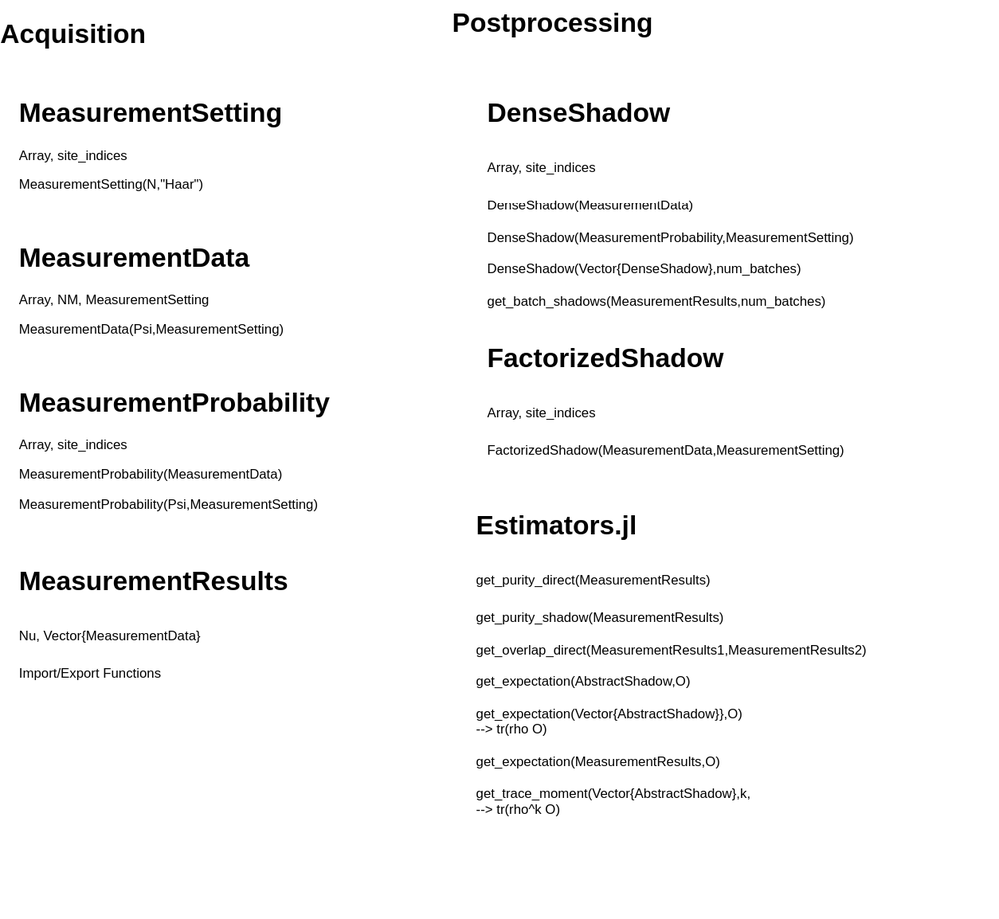
Before: StructureRandomMeas.drawio.svg, a diagram exported from draw.io (bvermersch/RandomMeas.jl). Source tidied: cells renumbered, new cells last; positions are measured from the earlier drawing's top-left corner, leaving out a move shared by most shapes.
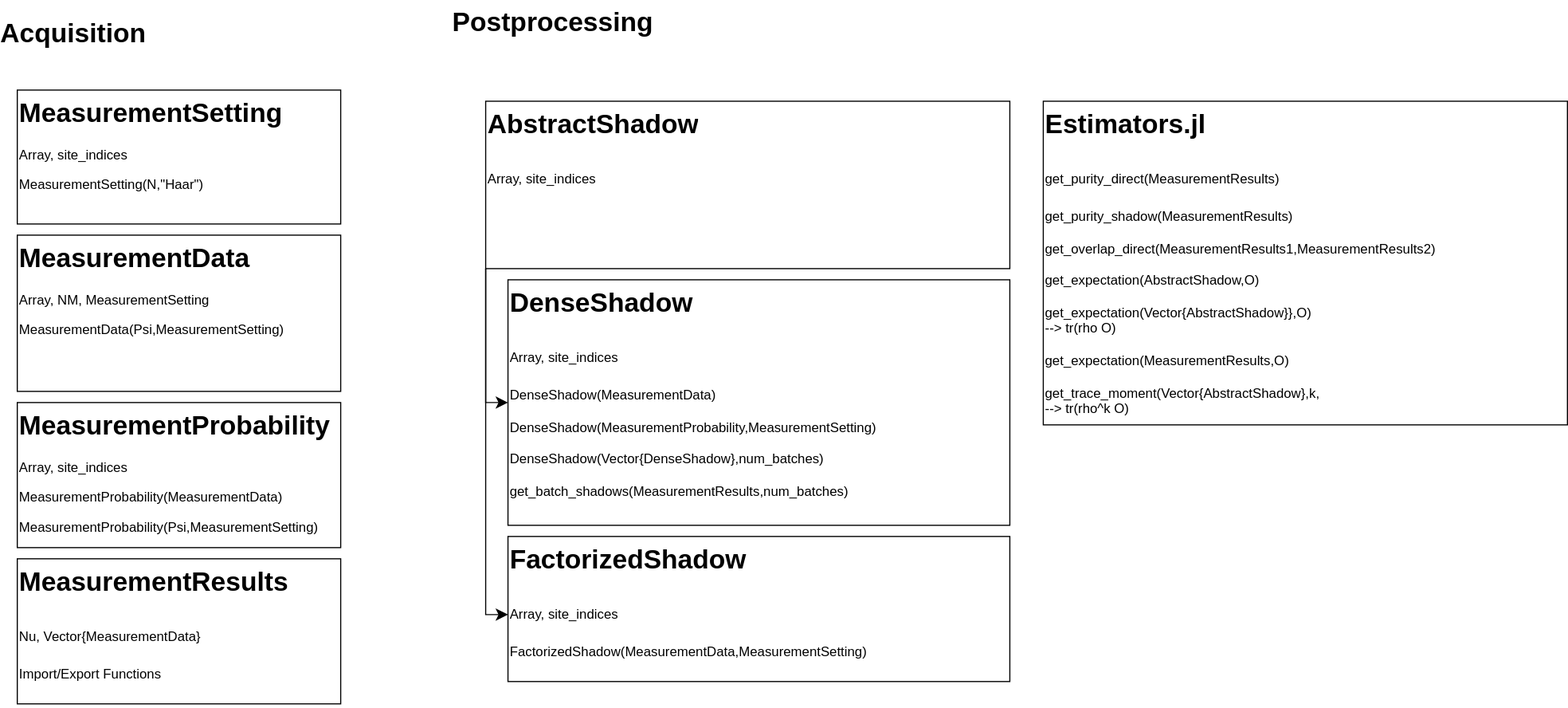
Later version of the same file.

The edit, as a diff of the source:
```diff
@@ -2,26 +2,26 @@
   <root>
     <mxCell id="0" />
     <mxCell id="1" parent="0" />
-    <mxCell id="2" value="&lt;h1 style=&quot;margin-top: 0px;&quot;&gt;MeasurementData&lt;/h1&gt;&lt;p&gt;Array, NM, MeasurementSetting&lt;/p&gt;&lt;p&gt;MeasurementData(Psi,MeasurementSetting)&lt;/p&gt;&lt;p&gt;&lt;br&gt;&lt;/p&gt;&lt;p&gt;&lt;br&gt;&lt;/p&gt;" style="text;html=1;whiteSpace=wrap;overflow=hidden;rounded=0;" parent="1" vertex="1">
-      <mxGeometry y="210" width="260" height="140" as="geometry" />
+    <mxCell id="2" value="&lt;h1 style=&quot;margin-top: 0px;&quot;&gt;MeasurementData&lt;/h1&gt;&lt;p&gt;Array, NM, MeasurementSetting&lt;/p&gt;&lt;p&gt;MeasurementData(Psi,MeasurementSetting)&lt;/p&gt;&lt;p&gt;&lt;br&gt;&lt;/p&gt;&lt;p&gt;&lt;br&gt;&lt;/p&gt;" style="text;html=1;whiteSpace=wrap;overflow=hidden;rounded=0;strokeColor=default;" parent="1" vertex="1">
+      <mxGeometry y="210" width="290" height="140" as="geometry" />
     </mxCell>
-    <mxCell id="3" value="&lt;h1 style=&quot;margin-top: 0px;&quot;&gt;MeasurementSetting&lt;/h1&gt;&lt;p&gt;Array, site_indices&lt;/p&gt;&lt;p&gt;MeasurementSetting(N,&quot;Haar&quot;)&lt;/p&gt;&lt;p&gt;&lt;br&gt;&lt;/p&gt;&lt;p&gt;&lt;br&gt;&lt;/p&gt;" style="text;html=1;whiteSpace=wrap;overflow=hidden;rounded=0;" parent="1" vertex="1">
-      <mxGeometry y="80" width="250" height="130" as="geometry" />
+    <mxCell id="3" value="&lt;h1 style=&quot;margin-top: 0px;&quot;&gt;MeasurementSetting&lt;/h1&gt;&lt;p&gt;Array, site_indices&lt;/p&gt;&lt;p&gt;MeasurementSetting(N,&quot;Haar&quot;)&lt;/p&gt;&lt;p&gt;&lt;br&gt;&lt;/p&gt;&lt;p&gt;&lt;br&gt;&lt;/p&gt;" style="text;html=1;whiteSpace=wrap;overflow=hidden;rounded=0;strokeColor=default;" parent="1" vertex="1">
+      <mxGeometry y="80" width="290" height="120" as="geometry" />
     </mxCell>
-    <mxCell id="4" value="&lt;h1 style=&quot;margin-top: 0px;&quot;&gt;MeasurementProbability&lt;/h1&gt;&lt;p&gt;Array, site_indices&lt;/p&gt;&lt;p&gt;MeasurementProbability(MeasurementData)&lt;/p&gt;&lt;p&gt;MeasurementProbability(Psi,MeasurementSetting)&lt;/p&gt;" style="text;html=1;whiteSpace=wrap;overflow=hidden;rounded=0;" parent="1" vertex="1">
-      <mxGeometry y="340" width="290" height="130" as="geometry" />
+    <mxCell id="4" value="&lt;h1 style=&quot;margin-top: 0px;&quot;&gt;MeasurementProbability&lt;/h1&gt;&lt;p&gt;Array, site_indices&lt;/p&gt;&lt;p&gt;MeasurementProbability(MeasurementData)&lt;/p&gt;&lt;p&gt;MeasurementProbability(Psi,MeasurementSetting)&lt;/p&gt;" style="text;html=1;whiteSpace=wrap;overflow=hidden;rounded=0;strokeColor=default;" parent="1" vertex="1">
+      <mxGeometry y="360" width="290" height="130" as="geometry" />
     </mxCell>
-    <mxCell id="5" value="&lt;h1 style=&quot;margin-top: 0px;&quot;&gt;&lt;span style=&quot;background-color: transparent; color: light-dark(rgb(0, 0, 0), rgb(255, 255, 255));&quot;&gt;DenseShadow&lt;/span&gt;&lt;/h1&gt;&lt;h1 style=&quot;margin-top: 0px;&quot;&gt;&lt;span style=&quot;background-color: transparent; color: light-dark(rgb(0, 0, 0), rgb(255, 255, 255)); font-size: 12px; font-weight: normal;&quot;&gt;Array, site_indices&lt;/span&gt;&lt;/h1&gt;&lt;div&gt;DenseShadow(MeasurementData)&lt;/div&gt;&lt;div&gt;&lt;br&gt;&lt;/div&gt;&lt;div&gt;DenseShadow(MeasurementProbability,MeasurementSetting)&lt;/div&gt;&lt;div&gt;&lt;br&gt;&lt;/div&gt;&lt;div&gt;DenseShadow(Vector{DenseShadow},num_batches)&lt;/div&gt;&lt;div&gt;&lt;br&gt;&lt;/div&gt;&lt;div&gt;get_batch_shadows(MeasurementResults,num_batches)&lt;/div&gt;&lt;div&gt;&lt;br&gt;&lt;/div&gt;" style="text;html=1;whiteSpace=wrap;overflow=hidden;rounded=0;" parent="1" vertex="1">
-      <mxGeometry x="420" y="80" width="350" height="220" as="geometry" />
+    <mxCell id="5" value="&lt;h1 style=&quot;margin-top: 0px;&quot;&gt;&lt;span style=&quot;background-color: transparent; color: light-dark(rgb(0, 0, 0), rgb(255, 255, 255));&quot;&gt;DenseShadow&lt;/span&gt;&lt;/h1&gt;&lt;h1 style=&quot;margin-top: 0px;&quot;&gt;&lt;span style=&quot;background-color: transparent; color: light-dark(rgb(0, 0, 0), rgb(255, 255, 255)); font-size: 12px; font-weight: normal;&quot;&gt;Array, site_indices&lt;/span&gt;&lt;/h1&gt;&lt;div&gt;DenseShadow(MeasurementData)&lt;/div&gt;&lt;div&gt;&lt;br&gt;&lt;/div&gt;&lt;div&gt;DenseShadow(MeasurementProbability,MeasurementSetting)&lt;/div&gt;&lt;div&gt;&lt;br&gt;&lt;/div&gt;&lt;div&gt;DenseShadow(Vector{DenseShadow},num_batches)&lt;/div&gt;&lt;div&gt;&lt;br&gt;&lt;/div&gt;&lt;div&gt;get_batch_shadows(MeasurementResults,num_batches)&lt;/div&gt;&lt;div&gt;&lt;br&gt;&lt;/div&gt;" style="text;html=1;whiteSpace=wrap;overflow=hidden;rounded=0;strokeColor=default;" parent="1" vertex="1">
+      <mxGeometry x="440" y="250" width="450" height="220" as="geometry" />
     </mxCell>
-    <mxCell id="6" value="&lt;h1 style=&quot;margin-top: 0px;&quot;&gt;&lt;span style=&quot;background-color: transparent; color: light-dark(rgb(0, 0, 0), rgb(255, 255, 255));&quot;&gt;FactorizedShadow&lt;/span&gt;&lt;/h1&gt;&lt;h1 style=&quot;margin-top: 0px;&quot;&gt;&lt;span style=&quot;background-color: transparent; color: light-dark(rgb(0, 0, 0), rgb(255, 255, 255)); font-size: 12px; font-weight: normal;&quot;&gt;Array, site_indices&lt;/span&gt;&lt;/h1&gt;&lt;div&gt;FactorizedShadow(MeasurementData,MeasurementSetting)&lt;/div&gt;&lt;div&gt;&lt;br&gt;&lt;/div&gt;&lt;div&gt;&lt;br&gt;&lt;/div&gt;" style="text;html=1;whiteSpace=wrap;overflow=hidden;rounded=0;" parent="1" vertex="1">
-      <mxGeometry x="420" y="300" width="380" height="160" as="geometry" />
+    <mxCell id="6" value="&lt;h1 style=&quot;margin-top: 0px;&quot;&gt;&lt;span style=&quot;background-color: transparent; color: light-dark(rgb(0, 0, 0), rgb(255, 255, 255));&quot;&gt;FactorizedShadow&lt;/span&gt;&lt;/h1&gt;&lt;h1 style=&quot;margin-top: 0px;&quot;&gt;&lt;span style=&quot;background-color: transparent; color: light-dark(rgb(0, 0, 0), rgb(255, 255, 255)); font-size: 12px; font-weight: normal;&quot;&gt;Array, site_indices&lt;/span&gt;&lt;/h1&gt;&lt;div&gt;FactorizedShadow(MeasurementData,MeasurementSetting)&lt;/div&gt;&lt;div&gt;&lt;br&gt;&lt;/div&gt;&lt;div&gt;&lt;br&gt;&lt;/div&gt;" style="text;html=1;whiteSpace=wrap;overflow=hidden;rounded=0;strokeColor=default;" parent="1" vertex="1">
+      <mxGeometry x="440" y="480" width="450" height="130" as="geometry" />
     </mxCell>
-    <mxCell id="7" value="&lt;h1 style=&quot;margin-top: 0px;&quot;&gt;&lt;span style=&quot;background-color: transparent; color: light-dark(rgb(0, 0, 0), rgb(255, 255, 255));&quot;&gt;Estimators.jl&lt;/span&gt;&lt;/h1&gt;&lt;h1 style=&quot;margin-top: 0px;&quot;&gt;&lt;span style=&quot;background-color: transparent; color: light-dark(rgb(0, 0, 0), rgb(255, 255, 255)); font-size: 12px; font-weight: normal;&quot;&gt;get_purity_direct(MeasurementResults)&lt;br&gt;&lt;/span&gt;&lt;/h1&gt;&lt;div&gt;get_purity_shadow(MeasurementResults)&lt;/div&gt;&lt;div&gt;&lt;br&gt;&lt;/div&gt;&lt;div&gt;&lt;span style=&quot;background-color: transparent; color: light-dark(rgb(0, 0, 0), rgb(255, 255, 255)); font-size: 12px; font-weight: normal;&quot;&gt;get_overlap_direct(MeasurementResults1,MeasurementResults2)&lt;/span&gt;&lt;/div&gt;&lt;div&gt;&lt;span style=&quot;background-color: transparent; color: light-dark(rgb(0, 0, 0), rgb(255, 255, 255)); font-size: 12px; font-weight: normal;&quot;&gt;&lt;br&gt;&lt;/span&gt;&lt;/div&gt;&lt;div&gt;&lt;div&gt;&lt;span style=&quot;background-color: transparent; color: light-dark(rgb(0, 0, 0), rgb(255, 255, 255));&quot;&gt;get_expectation(AbstractShadow,O)&lt;/span&gt;&lt;/div&gt;&lt;/div&gt;&lt;div&gt;&lt;br&gt;&lt;/div&gt;&lt;div&gt;&lt;div&gt;&lt;span style=&quot;background-color: transparent; color: light-dark(rgb(0, 0, 0), rgb(255, 255, 255));&quot;&gt;get_expectation(Vector{AbstractShadow}},O)&lt;/span&gt;&lt;/div&gt;&lt;/div&gt;&lt;div&gt;&lt;span style=&quot;background-color: transparent; color: light-dark(rgb(0, 0, 0), rgb(255, 255, 255));&quot;&gt;--&amp;gt; tr(rho O)&lt;/span&gt;&lt;/div&gt;&lt;div&gt;&lt;span style=&quot;background-color: transparent; color: light-dark(rgb(0, 0, 0), rgb(255, 255, 255));&quot;&gt;&lt;br&gt;&lt;/span&gt;&lt;/div&gt;&lt;div&gt;&lt;span style=&quot;background-color: transparent; color: light-dark(rgb(0, 0, 0), rgb(255, 255, 255));&quot;&gt;get_expectation(MeasurementResults,O)&lt;/span&gt;&lt;/div&gt;&lt;div&gt;&lt;br&gt;&lt;/div&gt;&lt;div&gt;get_trace_moment(Vector{AbstractShadow},k,&lt;/div&gt;&lt;div&gt;--&amp;gt; tr(rho^k O)&lt;/div&gt;&lt;div&gt;&lt;br&gt;&lt;/div&gt;&lt;div&gt;&lt;br&gt;&lt;/div&gt;&lt;div&gt;&lt;br&gt;&lt;/div&gt;" style="text;html=1;whiteSpace=wrap;overflow=hidden;rounded=0;" parent="1" vertex="1">
-      <mxGeometry x="410" y="450" width="470" height="370" as="geometry" />
+    <mxCell id="7" value="&lt;h1 style=&quot;margin-top: 0px;&quot;&gt;&lt;span style=&quot;background-color: transparent; color: light-dark(rgb(0, 0, 0), rgb(255, 255, 255));&quot;&gt;Estimators.jl&lt;/span&gt;&lt;/h1&gt;&lt;h1 style=&quot;margin-top: 0px;&quot;&gt;&lt;span style=&quot;background-color: transparent; color: light-dark(rgb(0, 0, 0), rgb(255, 255, 255)); font-size: 12px; font-weight: normal;&quot;&gt;get_purity_direct(MeasurementResults)&lt;br&gt;&lt;/span&gt;&lt;/h1&gt;&lt;div&gt;get_purity_shadow(MeasurementResults)&lt;/div&gt;&lt;div&gt;&lt;br&gt;&lt;/div&gt;&lt;div&gt;&lt;span style=&quot;background-color: transparent; color: light-dark(rgb(0, 0, 0), rgb(255, 255, 255)); font-size: 12px; font-weight: normal;&quot;&gt;get_overlap_direct(MeasurementResults1,MeasurementResults2)&lt;/span&gt;&lt;/div&gt;&lt;div&gt;&lt;span style=&quot;background-color: transparent; color: light-dark(rgb(0, 0, 0), rgb(255, 255, 255)); font-size: 12px; font-weight: normal;&quot;&gt;&lt;br&gt;&lt;/span&gt;&lt;/div&gt;&lt;div&gt;&lt;div&gt;&lt;span style=&quot;background-color: transparent; color: light-dark(rgb(0, 0, 0), rgb(255, 255, 255));&quot;&gt;get_expectation(AbstractShadow,O)&lt;/span&gt;&lt;/div&gt;&lt;/div&gt;&lt;div&gt;&lt;br&gt;&lt;/div&gt;&lt;div&gt;&lt;div&gt;&lt;span style=&quot;background-color: transparent; color: light-dark(rgb(0, 0, 0), rgb(255, 255, 255));&quot;&gt;get_expectation(Vector{AbstractShadow}},O)&lt;/span&gt;&lt;/div&gt;&lt;/div&gt;&lt;div&gt;&lt;span style=&quot;background-color: transparent; color: light-dark(rgb(0, 0, 0), rgb(255, 255, 255));&quot;&gt;--&amp;gt; tr(rho O)&lt;/span&gt;&lt;/div&gt;&lt;div&gt;&lt;span style=&quot;background-color: transparent; color: light-dark(rgb(0, 0, 0), rgb(255, 255, 255));&quot;&gt;&lt;br&gt;&lt;/span&gt;&lt;/div&gt;&lt;div&gt;&lt;span style=&quot;background-color: transparent; color: light-dark(rgb(0, 0, 0), rgb(255, 255, 255));&quot;&gt;get_expectation(MeasurementResults,O)&lt;/span&gt;&lt;/div&gt;&lt;div&gt;&lt;br&gt;&lt;/div&gt;&lt;div&gt;get_trace_moment(Vector{AbstractShadow},k,&lt;/div&gt;&lt;div&gt;--&amp;gt; tr(rho^k O)&lt;/div&gt;&lt;div&gt;&lt;br&gt;&lt;/div&gt;&lt;div&gt;&lt;br&gt;&lt;/div&gt;&lt;div&gt;&lt;br&gt;&lt;/div&gt;" style="text;html=1;whiteSpace=wrap;overflow=hidden;rounded=0;strokeColor=default;" parent="1" vertex="1">
+      <mxGeometry x="920" y="90" width="470" height="290" as="geometry" />
     </mxCell>
-    <mxCell id="8" value="&lt;h1 style=&quot;margin-top: 0px;&quot;&gt;MeasurementResults&lt;/h1&gt;&lt;h1 style=&quot;margin-top: 0px;&quot;&gt;&lt;span style=&quot;background-color: transparent; color: light-dark(rgb(0, 0, 0), rgb(255, 255, 255)); font-size: 12px; font-weight: normal;&quot;&gt;Nu, Vector{MeasurementData}&lt;/span&gt;&lt;/h1&gt;&lt;p&gt;Import/Export Functions&lt;/p&gt;&lt;p&gt;&lt;br&gt;&lt;/p&gt;&lt;p&gt;&lt;br&gt;&lt;/p&gt;" style="text;html=1;whiteSpace=wrap;overflow=hidden;rounded=0;" parent="1" vertex="1">
-      <mxGeometry y="500" width="360" height="130" as="geometry" />
+    <mxCell id="8" value="&lt;h1 style=&quot;margin-top: 0px;&quot;&gt;MeasurementResults&lt;/h1&gt;&lt;h1 style=&quot;margin-top: 0px;&quot;&gt;&lt;span style=&quot;background-color: transparent; color: light-dark(rgb(0, 0, 0), rgb(255, 255, 255)); font-size: 12px; font-weight: normal;&quot;&gt;Nu, Vector{MeasurementData}&lt;/span&gt;&lt;/h1&gt;&lt;p&gt;Import/Export Functions&lt;/p&gt;&lt;p&gt;&lt;br&gt;&lt;/p&gt;&lt;p&gt;&lt;br&gt;&lt;/p&gt;" style="text;html=1;whiteSpace=wrap;overflow=hidden;rounded=0;strokeColor=default;" parent="1" vertex="1">
+      <mxGeometry y="500" width="290" height="130" as="geometry" />
     </mxCell>
     <mxCell id="9" value="Acquisition" style="text;strokeColor=none;fillColor=none;html=1;fontSize=24;fontStyle=1;verticalAlign=middle;align=center;" parent="1" vertex="1">
       <mxGeometry y="10" width="100" height="40" as="geometry" />
@@ -29,5 +29,25 @@
     <mxCell id="10" value="Postprocessing" style="text;strokeColor=none;fillColor=none;html=1;fontSize=24;fontStyle=1;verticalAlign=middle;align=center;" parent="1" vertex="1">
       <mxGeometry x="440" width="80" height="40" as="geometry" />
     </mxCell>
+    <mxCell id="11" value="&lt;h1 style=&quot;margin-top: 0px;&quot;&gt;&lt;span style=&quot;background-color: transparent; color: light-dark(rgb(0, 0, 0), rgb(255, 255, 255));&quot;&gt;AbstractShadow&lt;/span&gt;&lt;/h1&gt;&lt;h1 style=&quot;margin-top: 0px;&quot;&gt;&lt;span style=&quot;background-color: transparent; color: light-dark(rgb(0, 0, 0), rgb(255, 255, 255)); font-size: 12px; font-weight: normal;&quot;&gt;Array, site_indices&lt;/span&gt;&lt;br&gt;&lt;/h1&gt;&lt;div&gt;&lt;br&gt;&lt;/div&gt;" style="text;html=1;whiteSpace=wrap;overflow=hidden;rounded=0;strokeColor=default;" parent="1" vertex="1">
+      <mxGeometry x="420" y="90" width="470" height="150" as="geometry" />
+    </mxCell>
+    <mxCell id="12" style="edgeStyle=segmentEdgeStyle;endArrow=classic;html=1;curved=0;rounded=0;endSize=8;startSize=8;entryX=0;entryY=0.5;entryDx=0;entryDy=0;exitX=0;exitY=1;exitDx=0;exitDy=0;" parent="1" edge="1" source="11" target="5">
+      <mxGeometry relative="1" as="geometry">
+        <Array as="points">
+          <mxPoint x="420" y="360" />
+        </Array>
+      </mxGeometry>
+    </mxCell>
+    <mxCell id="13" style="edgeStyle=segmentEdgeStyle;endArrow=classic;html=1;curved=0;rounded=0;endSize=8;startSize=8;exitX=0;exitY=1;exitDx=0;exitDy=0;" parent="1" edge="1">
+      <mxGeometry relative="1" as="geometry">
+        <mxPoint x="420" y="240" as="sourcePoint" />
+        <mxPoint x="440" y="550" as="targetPoint" />
+        <Array as="points">
+          <mxPoint x="420" y="550" />
+          <mxPoint x="440" y="550" />
+        </Array>
+      </mxGeometry>
+    </mxCell>
   </root>
 </mxGraphModel>
```
